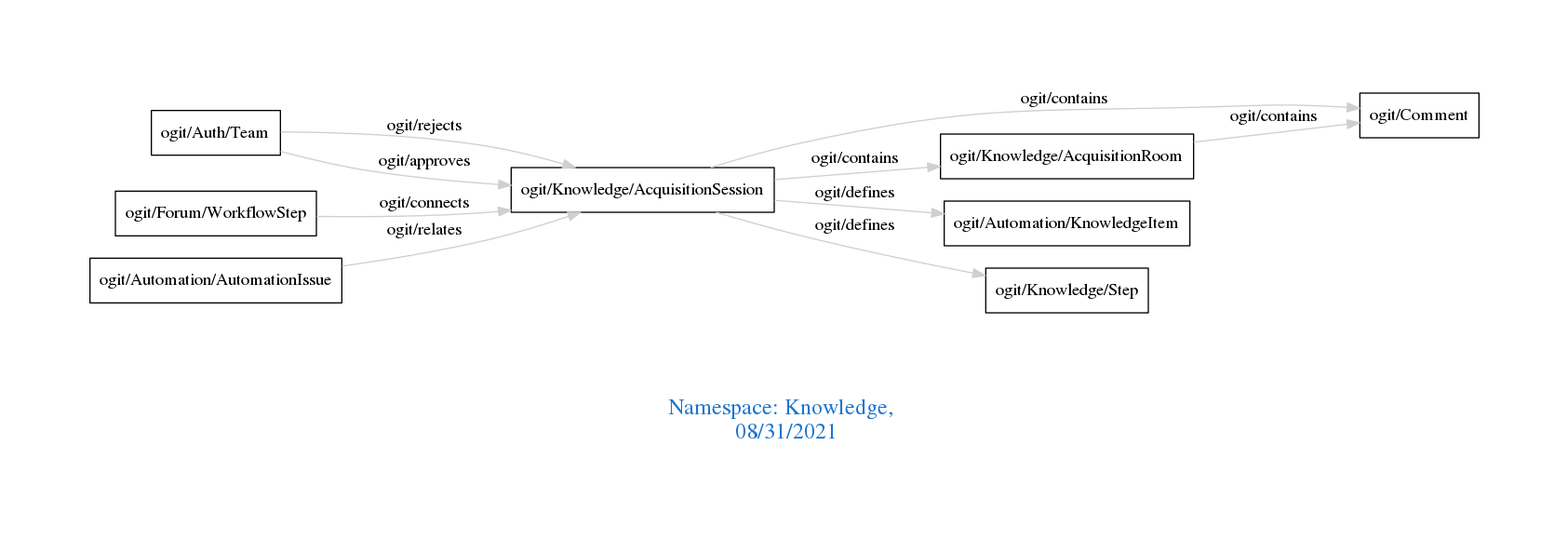
Before: downloads/Knowledge.png, a diagram exported from Graphviz (arago/OGIT). Its source is kept beside it as downloads/Knowledge.dot.
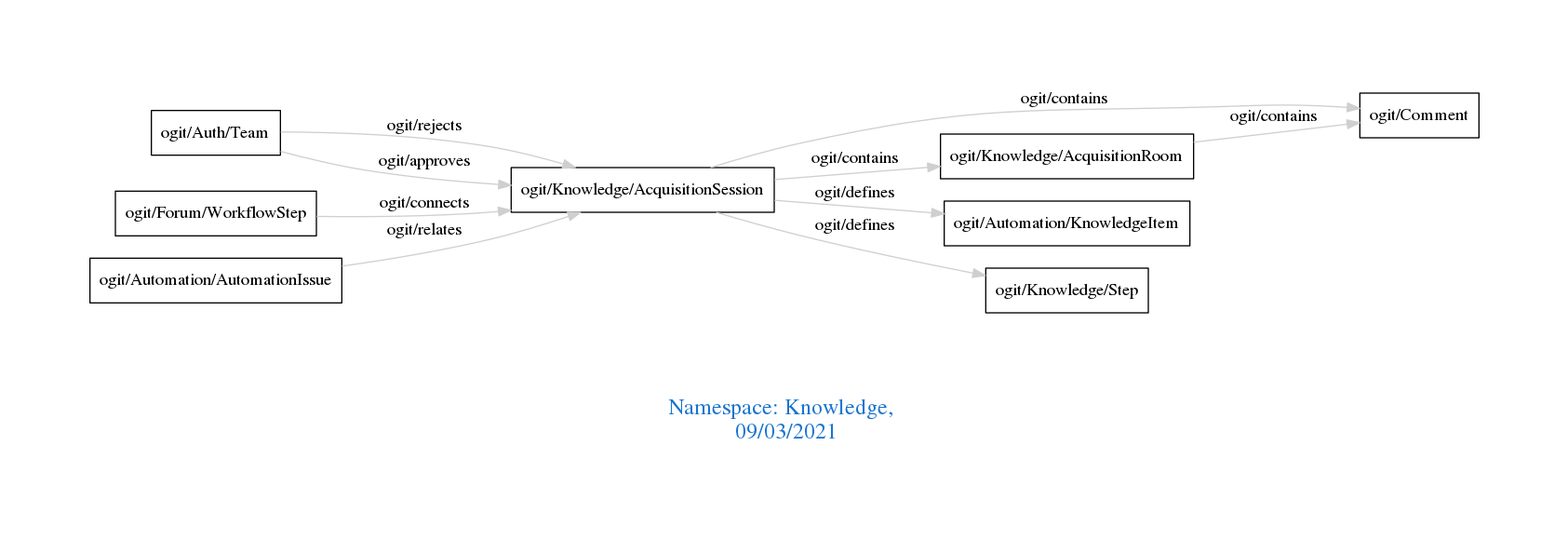
Above is the later version.

The edit, as a diff of the source:
```diff
@@ -1,7 +1,7 @@
 digraph OGIT_ontology {
  graph [ rankdir= LR,pad=1
 fontsize = 18,
-fontcolor= dodgerblue3,label = "\n\n\nNamespace: Knowledge, \n 08/31/2021"];
+fontcolor= dodgerblue3,label = "\n\n\nNamespace: Knowledge, \n 09/03/2021"];
 node[shape=polygon];
 edge [  color="gray81"];
 
```
